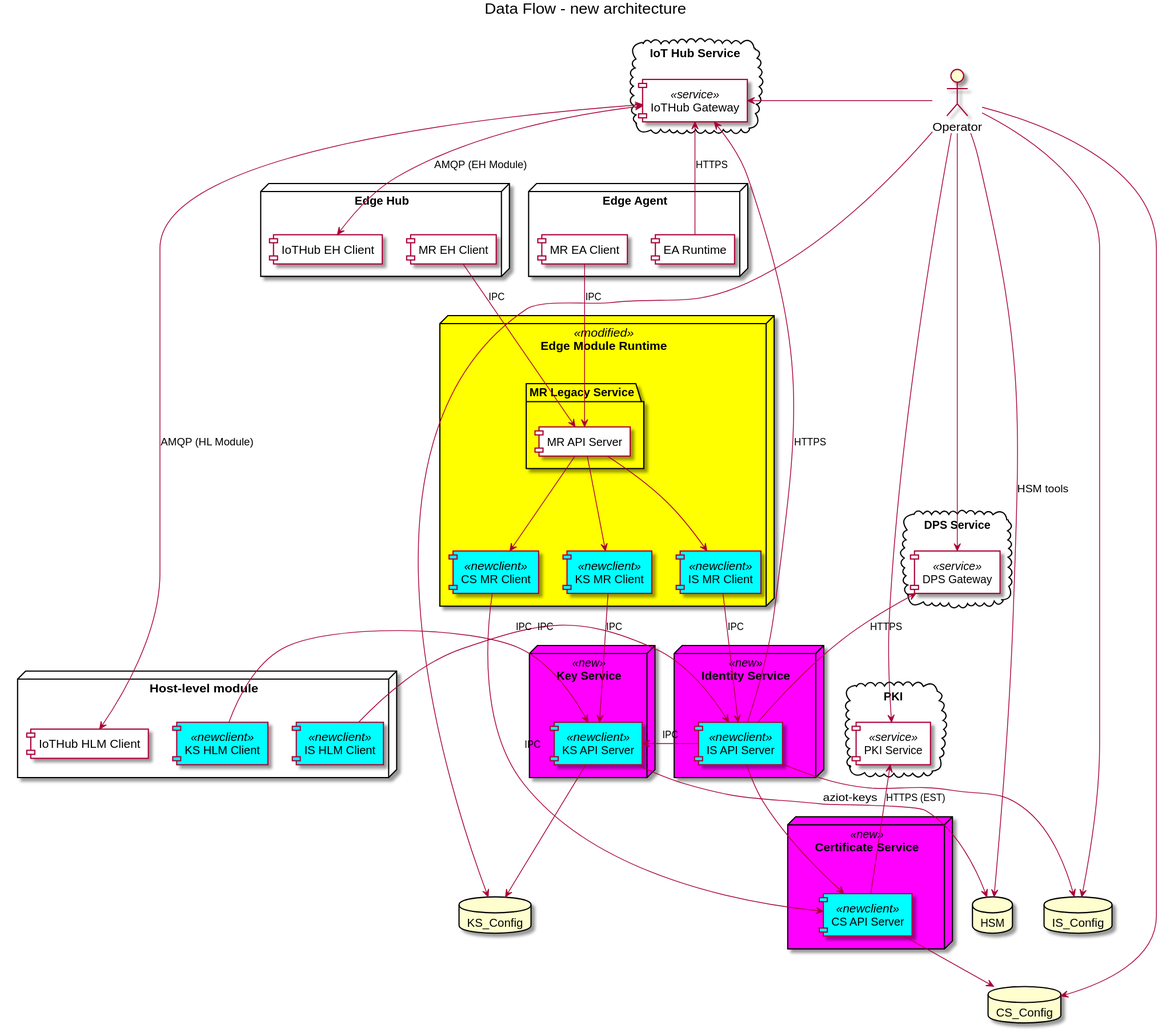
This is docs/img/new-component-overview-detailed.svg from Azure/iot-identity-service, a PlantUML export, as it was before one commit. Its diagram source:
```plantuml
@startuml
title Data Flow - new architecture

actor Operator
cloud "DPS Service" {
    [DPS Gateway] <<service>>
}

cloud "PKI" {
    [PKI Service] <<service>>
}

cloud "IoT Hub Service" {
    [IoTHub Gateway] <<service>>
}

node "Identity Service" <<new>> {
    [IS API Server] <<newclient>>
}

node "Key Service" <<new>> {
    [KS API Server] <<newclient>>
    [KS API Server] <<newclient>>
}

node "Certificate Service" <<new>> {
    [CS API Server] <<newclient>>
}

node "Edge Module Runtime" <<modified>> {
    folder "MR Legacy Service" {
        [MR API Server]
    }
    [IS MR Client] <<newclient>>
    [CS MR Client] <<newclient>>
    [KS MR Client] <<newclient>>
}
node "Edge Agent" {
    [EA Runtime]
    [MR EA Client]
}
node "Host-level module" {
    [IS HLM Client] <<newclient>>
    [KS HLM Client] <<newclient>>
    [IoTHub HLM Client]
}
node "Edge Hub" {
    [MR EH Client]
    [IoTHub EH Client]
}

database "HSM"
database "KS_Config"
database "CS_Config"
database "IS_Config"


Operator -right-> [DPS Gateway]
Operator -right-> [IoTHub Gateway]
Operator -right-> [PKI Service]
Operator -right-> HSM: HSM tools
Operator -right-> KS_Config
Operator -right-> CS_Config
Operator -right-> IS_Config

[IS MR Client] -down-> [IS API Server] : IPC
[CS MR Client] -down-> [CS API Server] : IPC
[KS MR Client] -down-> [KS API Server] : IPC
[IS HLM Client] -left-> [IS API Server] : IPC
[KS HLM Client] -left-> [KS API Server] : IPC
[MR EH Client] --> [MR API Server] : IPC
[MR EA Client] --> [MR API Server] : IPC

[MR API Server] -down-> [IS MR Client]
[MR API Server] -down-> [CS MR Client]
[MR API Server] -down-> [KS MR Client]
[IS API Server] -down-> [CS API Server]
[KS API Server] -down-> HSM : aziot-keys
[IS API Server] --> IS_Config
[CS API Server] --> CS_Config
[KS API Server] --> KS_Config

[IS API Server] -up-> [IoTHub Gateway] : HTTPS
[IS API Server] -right-> [KS API Server] : IPC
[CS API Server] -up-> [PKI Service] : HTTPS (EST)

[IoTHub EH Client] <-up-> [IoTHub Gateway] : AMQP (EH Module)
[IoTHub HLM Client] <-up-> [IoTHub Gateway] : AMQP (HL Module)
[IS API Server] -up-> [DPS Gateway] : HTTPS

[EA Runtime] -up-> [IoTHub Gateway] : HTTPS

skinparam node {
	backgroundColor<<new>> Magenta
	backgroundColor<<modified>> Yellow
}

skinparam component {
    backgroundColor White
    backgroundColor<<newclient>> Cyan
    backgroundColor<<modified>> Yellow
    backgroundColor<<service>> White
}

@enduml
```
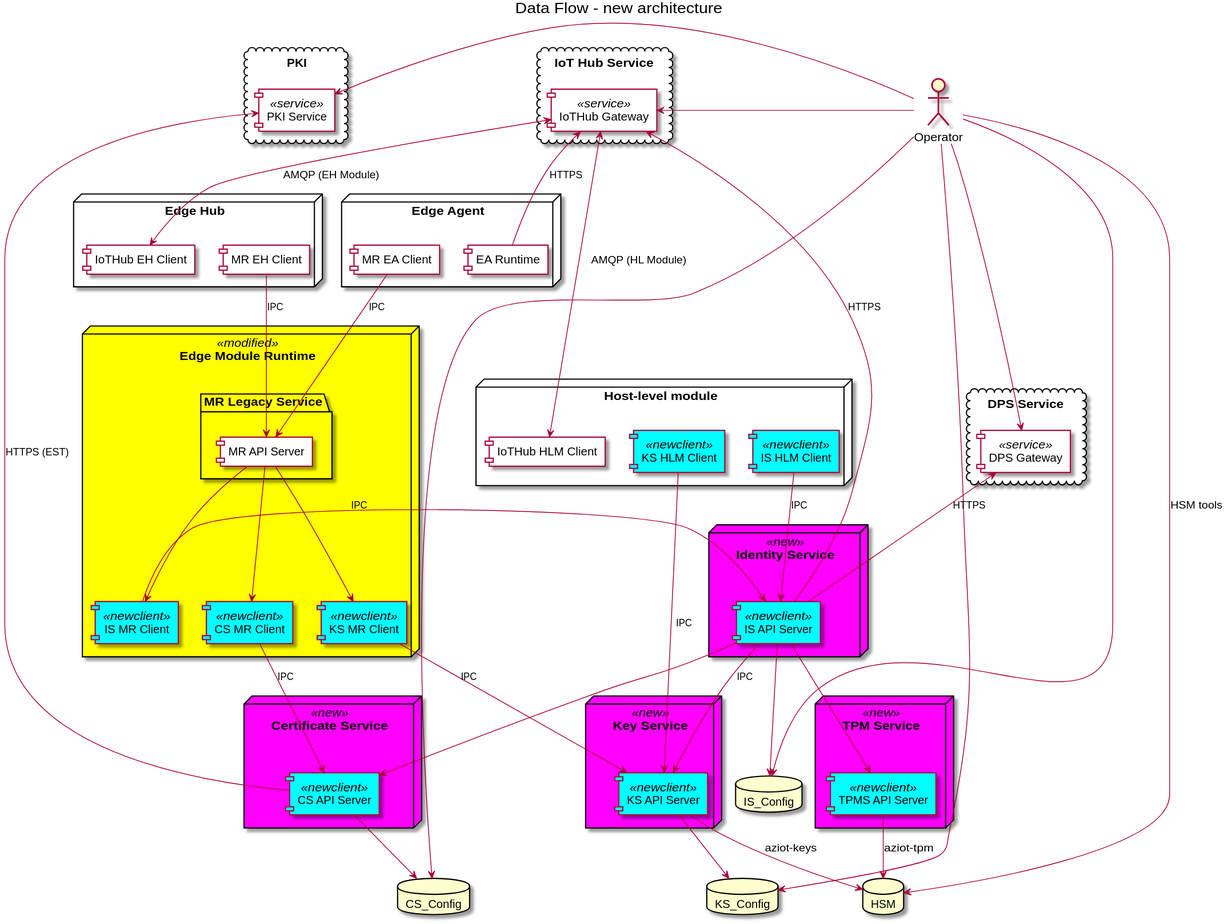
The same diagram one commit later.

Change to the diagram source:
```diff
@@ -16,6 +16,10 @@
 
 node "Identity Service" <<new>> {
     [IS API Server] <<newclient>>
+}
+
+node "TPM Service" <<new>> {
+    [TPMS API Server] <<newclient>>
 }
 
 node "Key Service" <<new>> {
@@ -66,8 +70,8 @@
 [IS MR Client] -down-> [IS API Server] : IPC
 [CS MR Client] -down-> [CS API Server] : IPC
 [KS MR Client] -down-> [KS API Server] : IPC
-[IS HLM Client] -left-> [IS API Server] : IPC
-[KS HLM Client] -left-> [KS API Server] : IPC
+[IS HLM Client] -down-> [IS API Server] : IPC
+[KS HLM Client] -down-> [KS API Server] : IPC
 [MR EH Client] --> [MR API Server] : IPC
 [MR EA Client] --> [MR API Server] : IPC
 
@@ -75,13 +79,15 @@
 [MR API Server] -down-> [CS MR Client]
 [MR API Server] -down-> [KS MR Client]
 [IS API Server] -down-> [CS API Server]
+[IS API Server] -down-> [TPMS API Server]
 [KS API Server] -down-> HSM : aziot-keys
+[TPMS API Server] -down-> HSM : aziot-tpm
 [IS API Server] --> IS_Config
 [CS API Server] --> CS_Config
 [KS API Server] --> KS_Config
 
 [IS API Server] -up-> [IoTHub Gateway] : HTTPS
-[IS API Server] -right-> [KS API Server] : IPC
+[IS API Server] -down-> [KS API Server] : IPC
 [CS API Server] -up-> [PKI Service] : HTTPS (EST)
 
 [IoTHub EH Client] <-up-> [IoTHub Gateway] : AMQP (EH Module)
```
